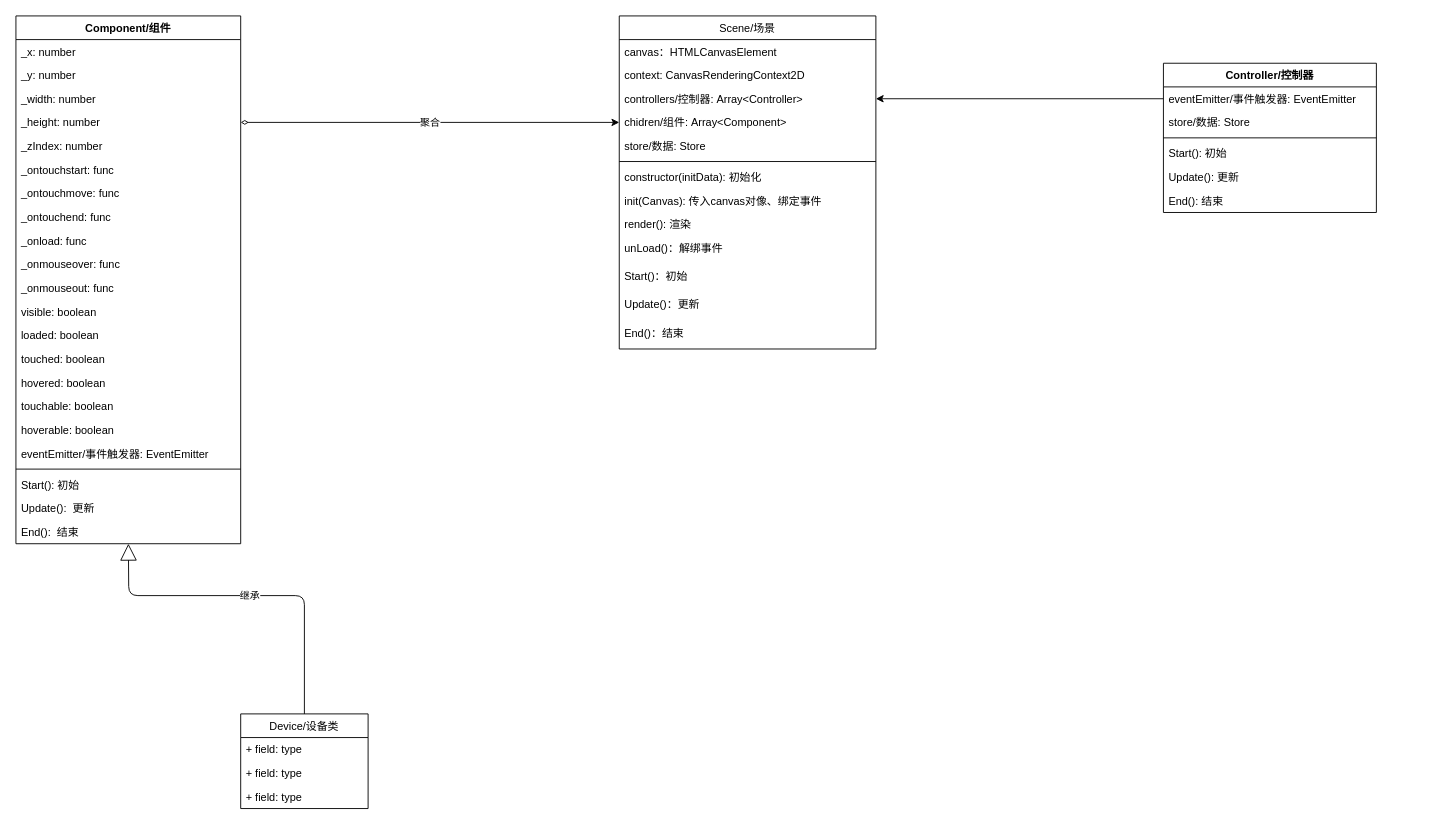
Before: Untitled Diagram.drawio in hiotk/umldiagrams, a draw.io diagram. Source tidied: cells renumbered, new cells numbered last; positions are measured from the earlier drawing's top-left corner, leaving out a move shared by most shapes. Both pictures are drawn from the tidied source at 91%, with x=0, y=0 at pixel (15, 15).
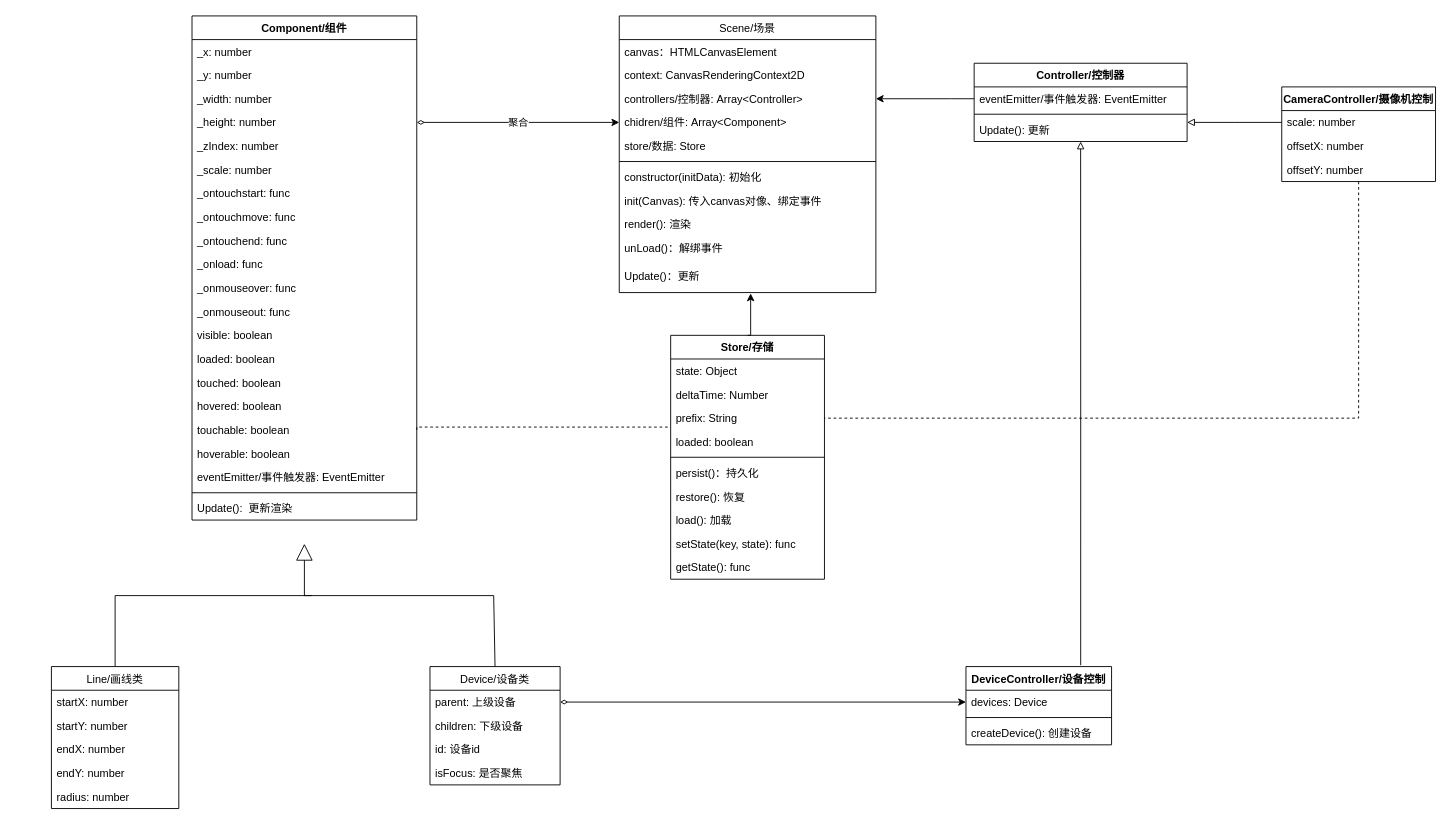
Above is the later version.

Unchanged cells that the change refers to:
```xml
<mxCell id="5" value="controllers/控制器: Array&lt;Controller&gt;" style="text;align=left;verticalAlign=top;spacingLeft=4;spacingRight=4;overflow=hidden;points=[[0,0.5],[1,0.5]];portConstraint=eastwest;rounded=0;shadow=0;html=0;" parent="2" vertex="1">
  <mxGeometry y="78" width="282" height="26" as="geometry" />
</mxCell>
<mxCell id="41" value="eventEmitter/事件触发器: EventEmitter" style="text;strokeColor=none;fillColor=none;align=left;verticalAlign=top;spacingLeft=4;spacingRight=4;overflow=hidden;points=[[0,0.5],[1,0.5]];portConstraint=eastwest;" parent="40" vertex="1">
  <mxGeometry y="26" width="234" height="26" as="geometry" />
</mxCell>
```

Change to the diagram source:
```diff
@@
     <mxCell id="2" value="Scene/场景" style="swimlane;fontStyle=0;align=center;verticalAlign=top;horizontal=1;startSize=26;rounded=0;shadow=0;strokeWidth=1;" parent="1" vertex="1">
-      <mxGeometry x="663" width="282" height="366" as="geometry" />
+      <mxGeometry x="663" width="282" height="304" as="geometry" />
     </mxCell>
@@
-    <mxCell id="13" value="Start()：初始" style="text;align=left;verticalAlign=top;spacingLeft=4;spacingRight=4;overflow=hidden;" parent="2" vertex="1">
-      <mxGeometry y="273" width="282" height="31" as="geometry" />
-    </mxCell>
     <mxCell id="14" value="Update()：更新" style="text;align=left;verticalAlign=top;spacingLeft=4;spacingRight=4;overflow=hidden;points=[[0,0.5],[1,0.5]];portConstraint=eastwest;" parent="2" vertex="1">
-      <mxGeometry y="304" width="282" height="31" as="geometry" />
+      <mxGeometry y="273" width="282" height="31" as="geometry" />
     </mxCell>
-    <mxCell id="15" value="End()：结束" style="text;align=left;verticalAlign=top;spacingLeft=4;spacingRight=4;overflow=hidden;" parent="2" vertex="1">
-      <mxGeometry y="335" width="282" height="31" as="geometry" />
-    </mxCell>
     <mxCell id="16" value="Component/组件" style="swimlane;fontStyle=1;align=center;verticalAlign=top;horizontal=1;startSize=26;fillColor=none;" parent="1" vertex="1">
-      <mxGeometry width="247" height="580" as="geometry" />
+      <mxGeometry x="193.5" width="247" height="554" as="geometry" />
     </mxCell>
@@
+    <mxCell id="53" value="_scale: number" style="text;strokeColor=none;fillColor=none;align=left;verticalAlign=top;spacingLeft=4;spacingRight=4;overflow=hidden;" parent="16" vertex="1">
+      <mxGeometry y="156" width="247" height="26" as="geometry" />
+    </mxCell>
     <mxCell id="22" value="_ontouchstart: func" style="text;strokeColor=none;fillColor=none;align=left;verticalAlign=top;spacingLeft=4;spacingRight=4;overflow=hidden;" parent="16" vertex="1">
-      <mxGeometry y="156" width="247" height="26" as="geometry" />
+      <mxGeometry y="182" width="247" height="26" as="geometry" />
     </mxCell>
     <mxCell id="23" value="_ontouchmove: func" style="text;strokeColor=none;fillColor=none;align=left;verticalAlign=top;spacingLeft=4;spacingRight=4;overflow=hidden;" parent="16" vertex="1">
-      <mxGeometry y="182" width="247" height="26" as="geometry" />
+      <mxGeometry y="208" width="247" height="26" as="geometry" />
     </mxCell>
     <mxCell id="24" value="_ontouchend: func" style="text;strokeColor=none;fillColor=none;align=left;verticalAlign=top;spacingLeft=4;spacingRight=4;overflow=hidden;" parent="16" vertex="1">
-      <mxGeometry y="208" width="247" height="26" as="geometry" />
+      <mxGeometry y="234" width="247" height="26" as="geometry" />
     </mxCell>
     <mxCell id="25" value="_onload: func" style="text;strokeColor=none;fillColor=none;align=left;verticalAlign=top;spacingLeft=4;spacingRight=4;overflow=hidden;" parent="16" vertex="1">
-      <mxGeometry y="234" width="247" height="26" as="geometry" />
+      <mxGeometry y="260" width="247" height="26" as="geometry" />
     </mxCell>
     <mxCell id="26" value="_onmouseover: func" style="text;strokeColor=none;fillColor=none;align=left;verticalAlign=top;spacingLeft=4;spacingRight=4;overflow=hidden;" parent="16" vertex="1">
-      <mxGeometry y="260" width="247" height="26" as="geometry" />
+      <mxGeometry y="286" width="247" height="26" as="geometry" />
     </mxCell>
     <mxCell id="27" value="_onmouseout: func" style="text;strokeColor=none;fillColor=none;align=left;verticalAlign=top;spacingLeft=4;spacingRight=4;overflow=hidden;" parent="16" vertex="1">
-      <mxGeometry y="286" width="247" height="26" as="geometry" />
+      <mxGeometry y="312" width="247" height="26" as="geometry" />
     </mxCell>
     <mxCell id="28" value="visible: boolean" style="text;strokeColor=none;fillColor=none;align=left;verticalAlign=top;spacingLeft=4;spacingRight=4;overflow=hidden;" parent="16" vertex="1">
-      <mxGeometry y="312" width="247" height="26" as="geometry" />
+      <mxGeometry y="338" width="247" height="26" as="geometry" />
     </mxCell>
     <mxCell id="29" value="loaded: boolean" style="text;strokeColor=none;fillColor=none;align=left;verticalAlign=top;spacingLeft=4;spacingRight=4;overflow=hidden;" parent="16" vertex="1">
-      <mxGeometry y="338" width="247" height="26" as="geometry" />
+      <mxGeometry y="364" width="247" height="26" as="geometry" />
     </mxCell>
     <mxCell id="30" value="touched: boolean" style="text;strokeColor=none;fillColor=none;align=left;verticalAlign=top;spacingLeft=4;spacingRight=4;overflow=hidden;" parent="16" vertex="1">
-      <mxGeometry y="364" width="247" height="26" as="geometry" />
+      <mxGeometry y="390" width="247" height="26" as="geometry" />
     </mxCell>
     <mxCell id="31" value="hovered: boolean" style="text;strokeColor=none;fillColor=none;align=left;verticalAlign=top;spacingLeft=4;spacingRight=4;overflow=hidden;" parent="16" vertex="1">
-      <mxGeometry y="390" width="247" height="26" as="geometry" />
+      <mxGeometry y="416" width="247" height="26" as="geometry" />
     </mxCell>
     <mxCell id="32" value="touchable: boolean" style="text;strokeColor=none;fillColor=none;align=left;verticalAlign=top;spacingLeft=4;spacingRight=4;overflow=hidden;points=[[0,0.5],[1,0.5]];portConstraint=eastwest;" parent="16" vertex="1">
-      <mxGeometry y="416" width="247" height="26" as="geometry" />
+      <mxGeometry y="442" width="247" height="26" as="geometry" />
     </mxCell>
     <mxCell id="33" value="hoverable: boolean" style="text;strokeColor=none;fillColor=none;align=left;verticalAlign=top;spacingLeft=4;spacingRight=4;overflow=hidden;" parent="16" vertex="1">
-      <mxGeometry y="442" width="247" height="26" as="geometry" />
+      <mxGeometry y="468" width="247" height="26" as="geometry" />
     </mxCell>
     <mxCell id="34" value="eventEmitter/事件触发器: EventEmitter" style="text;strokeColor=none;fillColor=none;align=left;verticalAlign=top;spacingLeft=4;spacingRight=4;overflow=hidden;" parent="16" vertex="1">
-      <mxGeometry y="468" width="247" height="26" as="geometry" />
+      <mxGeometry y="494" width="247" height="26" as="geometry" />
     </mxCell>
     <mxCell id="35" style="line;strokeWidth=1;fillColor=none;align=left;verticalAlign=middle;spacingTop=-1;spacingLeft=3;spacingRight=3;labelPosition=right;" parent="16" vertex="1">
-      <mxGeometry y="494" width="247" height="8" as="geometry" />
+      <mxGeometry y="520" width="247" height="8" as="geometry" />
     </mxCell>
-    <mxCell id="36" value="Start(): 初始" style="text;strokeColor=none;fillColor=none;align=left;verticalAlign=top;spacingLeft=4;spacingRight=4;overflow=hidden;" parent="16" vertex="1">
-      <mxGeometry y="502" width="247" height="26" as="geometry" />
-    </mxCell>
-    <mxCell id="37" value="Update():  更新" style="text;strokeColor=none;fillColor=none;align=left;verticalAlign=top;spacingLeft=4;spacingRight=4;overflow=hidden;" parent="16" vertex="1">
+    <mxCell id="37" value="Update():  更新渲染" style="text;strokeColor=none;fillColor=none;align=left;verticalAlign=top;spacingLeft=4;spacingRight=4;overflow=hidden;" parent="16" vertex="1">
       <mxGeometry y="528" width="247" height="26" as="geometry" />
     </mxCell>
-    <mxCell id="38" value="End():  结束" style="text;strokeColor=none;fillColor=none;align=left;verticalAlign=top;spacingLeft=4;spacingRight=4;overflow=hidden;points=[[0,0.5],[1,0.5]];portConstraint=eastwest;" parent="16" vertex="1">
-      <mxGeometry y="554" width="247" height="26" as="geometry" />
-    </mxCell>
@@
     <mxCell id="40" value="Controller/控制器" style="swimlane;fontStyle=1;align=center;verticalAlign=top;horizontal=1;startSize=26;fillColor=none;" parent="1" vertex="1">
-      <mxGeometry x="1261" y="52" width="234" height="164" as="geometry" />
+      <mxGeometry x="1053" y="52" width="234" height="86" as="geometry" />
     </mxCell>
@@
-    <mxCell id="42" value="store/数据: Store" style="text;strokeColor=none;fillColor=none;align=left;verticalAlign=top;spacingLeft=4;spacingRight=4;overflow=hidden;" parent="40" vertex="1">
-      <mxGeometry y="52" width="234" height="26" as="geometry" />
-    </mxCell>
     <mxCell id="43" style="line;strokeWidth=1;fillColor=none;align=left;verticalAlign=middle;spacingTop=-1;spacingLeft=3;spacingRight=3;labelPosition=right;" parent="40" vertex="1">
-      <mxGeometry y="78" width="234" height="8" as="geometry" />
+      <mxGeometry y="52" width="234" height="8" as="geometry" />
     </mxCell>
-    <mxCell id="44" value="Start(): 初始" style="text;strokeColor=none;fillColor=none;align=left;verticalAlign=top;spacingLeft=4;spacingRight=4;overflow=hidden;" parent="40" vertex="1">
-      <mxGeometry y="86" width="234" height="26" as="geometry" />
-    </mxCell>
     <mxCell id="45" value="Update(): 更新" style="text;strokeColor=none;fillColor=none;align=left;verticalAlign=top;spacingLeft=4;spacingRight=4;overflow=hidden;" parent="40" vertex="1">
-      <mxGeometry y="112" width="234" height="26" as="geometry" />
+      <mxGeometry y="60" width="234" height="26" as="geometry" />
     </mxCell>
-    <mxCell id="46" value="End(): 结束" style="text;strokeColor=none;fillColor=none;align=left;verticalAlign=top;spacingLeft=4;spacingRight=4;overflow=hidden;" parent="40" vertex="1">
-      <mxGeometry y="138" width="234" height="26" as="geometry" />
-    </mxCell>
     <mxCell id="47" style="edgeStyle=orthogonalEdgeStyle;rounded=0;jettySize=auto;html=1;exitX=0;exitY=0.5;exitDx=0;exitDy=0;startArrow=none;startFill=0;" parent="1" edge="1" source="41" target="5">
       <mxGeometry relative="1" as="geometry">
         <Array as="points">
-          <mxPoint x="1066" y="91" />
+          <mxPoint x="1027" y="91" />
+          <mxPoint x="1027" y="91" />
         </Array>
       </mxGeometry>
     </mxCell>
     <mxCell id="48" value="Device/设备类" style="swimlane;fontStyle=0;horizontal=1;startSize=26;fillColor=none;" parent="1" vertex="1">
-      <mxGeometry x="247" y="767" width="140" height="104" as="geometry" />
+      <mxGeometry x="455" y="715" width="143" height="130" as="geometry" />
     </mxCell>
-    <mxCell id="49" value="+ field: type" style="text;strokeColor=none;fillColor=none;align=left;verticalAlign=top;spacingLeft=4;spacingRight=4;overflow=hidden;points=[[0,0.5],[1,0.5]];portConstraint=eastwest;" parent="48" vertex="1">
-      <mxGeometry y="26" width="140" height="26" as="geometry" />
+    <mxCell id="49" value="parent: 上级设备" style="text;strokeColor=none;fillColor=none;align=left;verticalAlign=top;spacingLeft=4;spacingRight=4;overflow=hidden;points=[[0,0.5],[1,0.5]];portConstraint=eastwest;" parent="48" vertex="1">
+      <mxGeometry y="26" width="143" height="26" as="geometry" />
     </mxCell>
-    <mxCell id="50" value="+ field: type" style="text;strokeColor=none;fillColor=none;align=left;verticalAlign=top;spacingLeft=4;spacingRight=4;overflow=hidden;" parent="48" vertex="1">
-      <mxGeometry y="52" width="140" height="26" as="geometry" />
+    <mxCell id="50" value="children: 下级设备" style="text;strokeColor=none;fillColor=none;align=left;verticalAlign=top;spacingLeft=4;spacingRight=4;overflow=hidden;" parent="48" vertex="1">
+      <mxGeometry y="52" width="143" height="26" as="geometry" />
     </mxCell>
-    <mxCell id="51" value="+ field: type" style="text;strokeColor=none;fillColor=none;align=left;verticalAlign=top;spacingLeft=4;spacingRight=4;overflow=hidden;" parent="48" vertex="1">
-      <mxGeometry y="78" width="140" height="26" as="geometry" />
+    <mxCell id="51" value="id: 设备id&#10;" style="text;strokeColor=none;fillColor=none;align=left;verticalAlign=top;spacingLeft=4;spacingRight=4;overflow=hidden;" parent="48" vertex="1">
+      <mxGeometry y="78" width="143" height="26" as="geometry" />
     </mxCell>
+    <mxCell id="54" value="isFocus: 是否聚焦" style="text;strokeColor=none;fillColor=none;align=left;verticalAlign=top;spacingLeft=4;spacingRight=4;overflow=hidden;" parent="48" vertex="1">
+      <mxGeometry y="104" width="143" height="26" as="geometry" />
+    </mxCell>
-    <mxCell id="52" value="继承" style="endArrow=block;endSize=16;endFill=0;html=1;exitX=0.5;exitY=0;exitDx=0;exitDy=0;" parent="1" edge="1" source="48" target="38">
-      <mxGeometry relative="1" as="geometry">
+    <mxCell id="52" style="endArrow=block;endSize=16;endFill=0;html=1;exitX=0.5;exitY=0;exitDx=0;exitDy=0;rounded=0;" parent="1" edge="1" source="48">
+      <mxGeometry x="-0.43" y="-29" relative="1" as="geometry">
+        <mxPoint x="317" y="580" as="targetPoint" />
         <Array as="points">
+          <mxPoint x="525" y="637" />
           <mxPoint x="317" y="637" />
-          <mxPoint x="124" y="637" />
         </Array>
       </mxGeometry>
     </mxCell>
+    <mxCell id="55" style="edgeStyle=orthogonalEdgeStyle;rounded=0;jettySize=auto;html=1;startArrow=none;startFill=0;endArrow=none;endFill=0;" parent="1" edge="1" source="56">
+      <mxGeometry relative="1" as="geometry">
+        <mxPoint x="325" y="637" as="targetPoint" />
+        <Array as="points">
+          <mxPoint x="109" y="637" />
+        </Array>
+      </mxGeometry>
+    </mxCell>
+    <mxCell id="56" value="Line/画线类" style="swimlane;fontStyle=0;horizontal=1;startSize=26;fillColor=none;" parent="1" vertex="1">
+      <mxGeometry x="39" y="715" width="140" height="156" as="geometry" />
+    </mxCell>
+    <mxCell id="57" value="startX: number" style="text;strokeColor=none;fillColor=none;align=left;verticalAlign=top;spacingLeft=4;spacingRight=4;overflow=hidden;" parent="56" vertex="1">
+      <mxGeometry y="26" width="140" height="26" as="geometry" />
+    </mxCell>
+    <mxCell id="58" value="startY: number" style="text;strokeColor=none;fillColor=none;align=left;verticalAlign=top;spacingLeft=4;spacingRight=4;overflow=hidden;" parent="56" vertex="1">
+      <mxGeometry y="52" width="140" height="26" as="geometry" />
+    </mxCell>
+    <mxCell id="59" value="endX: number" style="text;strokeColor=none;fillColor=none;align=left;verticalAlign=top;spacingLeft=4;spacingRight=4;overflow=hidden;" parent="56" vertex="1">
+      <mxGeometry y="78" width="140" height="26" as="geometry" />
+    </mxCell>
+    <mxCell id="60" value="endY: number" style="text;strokeColor=none;fillColor=none;align=left;verticalAlign=top;spacingLeft=4;spacingRight=4;overflow=hidden;" parent="56" vertex="1">
+      <mxGeometry y="104" width="140" height="26" as="geometry" />
+    </mxCell>
+    <mxCell id="61" value="radius: number" style="text;strokeColor=none;fillColor=none;align=left;verticalAlign=top;spacingLeft=4;spacingRight=4;overflow=hidden;" parent="56" vertex="1">
+      <mxGeometry y="130" width="140" height="26" as="geometry" />
+    </mxCell>
+    <mxCell id="62" value="Store/存储" style="swimlane;fontStyle=1;align=center;verticalAlign=top;horizontal=1;startSize=26;fillColor=none;" parent="1" vertex="1">
+      <mxGeometry x="719.5" y="351" width="169" height="268" as="geometry" />
+    </mxCell>
+    <mxCell id="63" value="state: Object&#10;" style="text;strokeColor=none;fillColor=none;align=left;verticalAlign=top;spacingLeft=4;spacingRight=4;overflow=hidden;" parent="62" vertex="1">
+      <mxGeometry y="26" width="169" height="26" as="geometry" />
+    </mxCell>
+    <mxCell id="64" value="deltaTime: Number&#10;" style="text;strokeColor=none;fillColor=none;align=left;verticalAlign=top;spacingLeft=4;spacingRight=4;overflow=hidden;" parent="62" vertex="1">
+      <mxGeometry y="52" width="169" height="26" as="geometry" />
+    </mxCell>
+    <mxCell id="65" value="prefix: String&#10;" style="text;strokeColor=none;fillColor=none;align=left;verticalAlign=top;spacingLeft=4;spacingRight=4;overflow=hidden;points=[[0,0.5],[1,0.5]];portConstraint=eastwest;" parent="62" vertex="1">
+      <mxGeometry y="78" width="169" height="26" as="geometry" />
+    </mxCell>
+    <mxCell id="66" value="loaded: boolean&#10;" style="text;strokeColor=none;fillColor=none;align=left;verticalAlign=top;spacingLeft=4;spacingRight=4;overflow=hidden;points=[[0,0.5],[1,0.5]];portConstraint=eastwest;" parent="62" vertex="1">
+      <mxGeometry y="104" width="169" height="26" as="geometry" />
+    </mxCell>
+    <mxCell id="67" style="line;strokeWidth=1;fillColor=none;align=left;verticalAlign=middle;spacingTop=-1;spacingLeft=3;spacingRight=3;labelPosition=right;" parent="62" vertex="1">
+      <mxGeometry y="130" width="169" height="8" as="geometry" />
+    </mxCell>
+    <mxCell id="68" value="persist()：持久化" style="text;strokeColor=none;fillColor=none;align=left;verticalAlign=top;spacingLeft=4;spacingRight=4;overflow=hidden;" parent="62" vertex="1">
+      <mxGeometry y="138" width="169" height="26" as="geometry" />
+    </mxCell>
+    <mxCell id="69" value="restore(): 恢复" style="text;strokeColor=none;fillColor=none;align=left;verticalAlign=top;spacingLeft=4;spacingRight=4;overflow=hidden;" parent="62" vertex="1">
+      <mxGeometry y="164" width="169" height="26" as="geometry" />
+    </mxCell>
+    <mxCell id="70" value="load(): 加载" style="text;strokeColor=none;fillColor=none;align=left;verticalAlign=top;spacingLeft=4;spacingRight=4;overflow=hidden;" parent="62" vertex="1">
+      <mxGeometry y="190" width="169" height="26" as="geometry" />
+    </mxCell>
+    <mxCell id="71" value="setState(key, state): func" style="text;strokeColor=none;fillColor=none;align=left;verticalAlign=top;spacingLeft=4;spacingRight=4;overflow=hidden;" parent="62" vertex="1">
+      <mxGeometry y="216" width="169" height="26" as="geometry" />
+    </mxCell>
+    <mxCell id="72" value="getState(): func" style="text;strokeColor=none;fillColor=none;align=left;verticalAlign=top;spacingLeft=4;spacingRight=4;overflow=hidden;" parent="62" vertex="1">
+      <mxGeometry y="242" width="169" height="26" as="geometry" />
+    </mxCell>
+    <mxCell id="73" style="edgeStyle=orthogonalEdgeStyle;rounded=0;jettySize=auto;html=1;exitX=0.5;exitY=0;exitDx=0;exitDy=0;entryX=0.512;entryY=1.03;entryDx=0;entryDy=0;startArrow=none;startFill=0;entryPerimeter=0;" parent="1" edge="1" source="62" target="14">
+      <mxGeometry relative="1" as="geometry">
+        <Array as="points">
+          <mxPoint x="807" y="351" />
+        </Array>
+      </mxGeometry>
+    </mxCell>
+    <mxCell id="74" style="edgeStyle=orthogonalEdgeStyle;rounded=0;jettySize=auto;html=1;entryX=1;entryY=0.5;entryDx=0;entryDy=0;startArrow=none;startFill=0;endArrow=none;endFill=0;dashed=1;" parent="1" edge="1" source="75" target="65">
+      <mxGeometry relative="1" as="geometry" />
+    </mxCell>
+    <mxCell id="75" value="CameraController/摄像机控制" style="swimlane;fontStyle=1;align=center;verticalAlign=top;horizontal=1;startSize=26;fillColor=none;" parent="1" vertex="1">
+      <mxGeometry x="1391" y="78" width="169" height="104" as="geometry" />
+    </mxCell>
+    <mxCell id="76" value="scale: number" style="text;strokeColor=none;fillColor=none;align=left;verticalAlign=top;spacingLeft=4;spacingRight=4;overflow=hidden;points=[[0,0.5],[1,0.5]];portConstraint=eastwest;" parent="75" vertex="1">
+      <mxGeometry y="26" width="169" height="26" as="geometry" />
+    </mxCell>
+    <mxCell id="77" value="offsetX: number" style="text;strokeColor=none;fillColor=none;align=left;verticalAlign=top;spacingLeft=4;spacingRight=4;overflow=hidden;" parent="75" vertex="1">
+      <mxGeometry y="52" width="169" height="26" as="geometry" />
+    </mxCell>
+    <mxCell id="78" value="offsetY: number" style="text;strokeColor=none;fillColor=none;align=left;verticalAlign=top;spacingLeft=4;spacingRight=4;overflow=hidden;" parent="75" vertex="1">
+      <mxGeometry y="78" width="169" height="26" as="geometry" />
+    </mxCell>
+    <mxCell id="79" style="edgeStyle=orthogonalEdgeStyle;rounded=0;jettySize=auto;html=1;exitX=0;exitY=0.5;exitDx=0;exitDy=0;entryX=1;entryY=0.5;entryDx=0;entryDy=0;startArrow=none;startFill=0;endArrow=block;endFill=0;" parent="1" edge="1" source="76">
+      <mxGeometry relative="1" as="geometry">
+        <mxPoint x="1287" y="117" as="targetPoint" />
+      </mxGeometry>
+    </mxCell>
+    <mxCell id="80" style="edgeStyle=orthogonalEdgeStyle;rounded=0;jettySize=auto;html=1;exitX=1;exitY=0.5;exitDx=0;exitDy=0;dashed=1;startArrow=none;startFill=0;endArrow=none;endFill=0;entryX=-0.012;entryY=-0.122;entryDx=0;entryDy=0;entryPerimeter=0;" parent="1" edge="1" source="32" target="66">
+      <mxGeometry relative="1" as="geometry">
+        <Array as="points">
+          <mxPoint x="441" y="452" />
+        </Array>
+      </mxGeometry>
+    </mxCell>
+    <mxCell id="81" style="edgeStyle=orthogonalEdgeStyle;rounded=0;jettySize=auto;html=1;exitX=0.788;exitY=-0.017;exitDx=0;exitDy=0;startArrow=none;startFill=0;endArrow=block;endFill=0;entryX=0.5;entryY=1;entryDx=0;entryDy=0;exitPerimeter=0;" parent="1" edge="1" source="82" target="40">
+      <mxGeometry relative="1" as="geometry" />
+    </mxCell>
+    <mxCell id="82" value="DeviceController/设备控制" style="swimlane;fontStyle=1;align=center;verticalAlign=top;horizontal=1;startSize=26;fillColor=none;" parent="1" vertex="1">
+      <mxGeometry x="1044" y="715" width="160" height="86" as="geometry" />
+    </mxCell>
+    <mxCell id="83" value="devices: Device" style="text;strokeColor=none;fillColor=none;align=left;verticalAlign=top;spacingLeft=4;spacingRight=4;overflow=hidden;points=[[0,0.5],[1,0.5]];portConstraint=eastwest;" parent="82" vertex="1">
+      <mxGeometry y="26" width="160" height="26" as="geometry" />
+    </mxCell>
+    <mxCell id="84" style="line;strokeWidth=1;fillColor=none;align=left;verticalAlign=middle;spacingTop=-1;spacingLeft=3;spacingRight=3;labelPosition=right;" parent="82" vertex="1">
+      <mxGeometry y="52" width="160" height="8" as="geometry" />
+    </mxCell>
+    <mxCell id="85" value="createDevice(): 创建设备" style="text;strokeColor=none;fillColor=none;align=left;verticalAlign=top;spacingLeft=4;spacingRight=4;overflow=hidden;" parent="82" vertex="1">
+      <mxGeometry y="60" width="160" height="26" as="geometry" />
+    </mxCell>
+    <mxCell id="86" style="edgeStyle=orthogonalEdgeStyle;rounded=0;jettySize=auto;html=1;exitX=1;exitY=0.5;exitDx=0;exitDy=0;startArrow=diamondThin;startFill=0;endArrow=classic;endFill=1;" parent="1" edge="1" source="49" target="83">
+      <mxGeometry relative="1" as="geometry" />
+    </mxCell>
```
